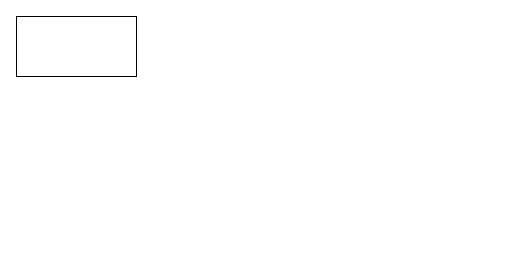
The draw.io diagram 未命名绘图.drawio in garfieldli/ueditor, before the edit. Source tidied: cells renumbered, new cells numbered last; positions are measured from the earlier drawing's top-left corner, leaving out a move shared by most shapes. Both pictures are drawn from the tidied source at 100%, with x=0, y=0 at pixel (16, 16).
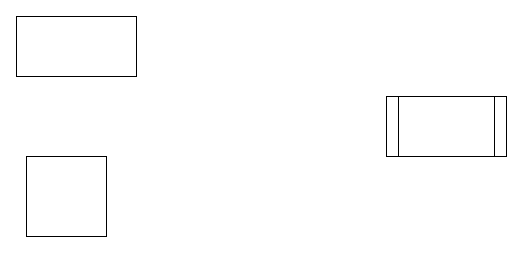
After the change.

Commit message:
更新未命名绘图.drawio

What changed in the source:
```diff
@@
 <mxGraphModel>
   <root>
     <mxCell id="0" />
     <mxCell id="1" parent="0" />
     <mxCell id="2" style="rounded=0;whiteSpace=wrap;html=1;" parent="1" vertex="1">
       <mxGeometry width="120" height="60" as="geometry" />
     </mxCell>
+    <mxCell id="3" style="whiteSpace=wrap;html=1;" parent="1" vertex="1">
+      <mxGeometry x="10" y="140" width="80" height="80" as="geometry" />
+    </mxCell>
+    <mxCell id="4" style="shape=process;whiteSpace=wrap;html=1;backgroundOutline=1;" parent="1" vertex="1">
+      <mxGeometry x="370" y="80" width="120" height="60" as="geometry" />
+    </mxCell>
   </root>
 </mxGraphModel>
```
